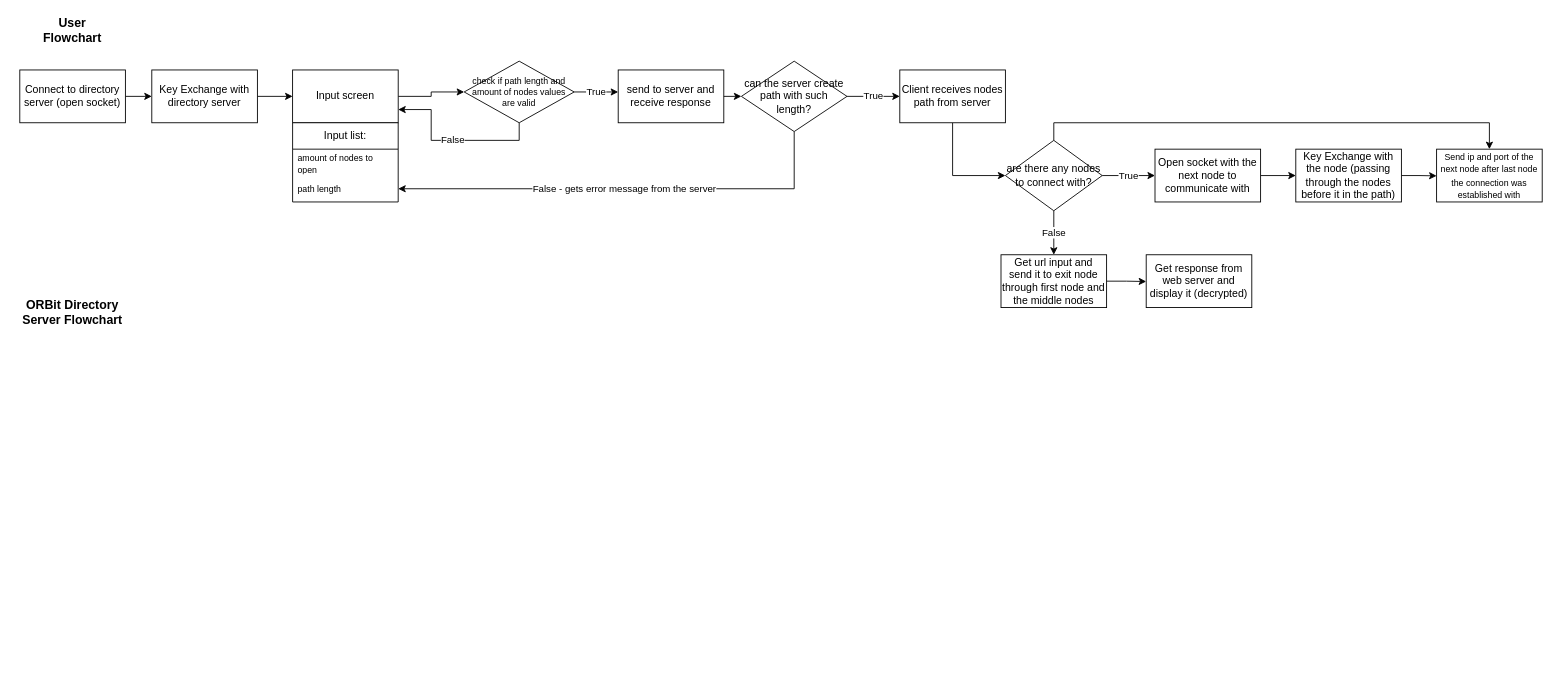
Earlier version of the draw.io diagram ORBit Flowchart.drawio (LiamForReal/orbit). Source tidied: cells renumbered, new cells numbered last; positions are measured from the earlier drawing's top-left corner, leaving out a move shared by most shapes. Both pictures are drawn from the tidied source at 88%, with x=0, y=0 at pixel (15, 17).
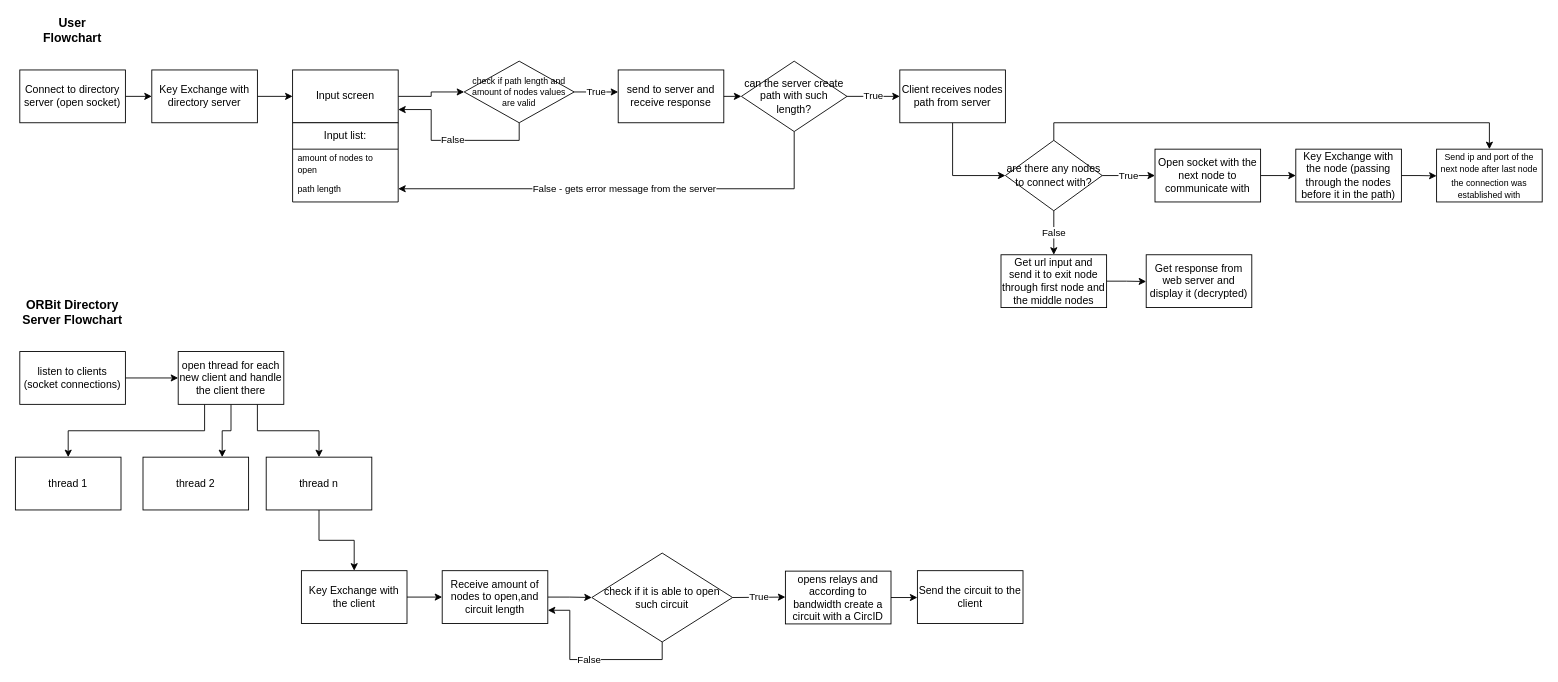
Above is the later version.

What changed in the source:
```diff
@@
+    <mxCell id="35" style="edgeStyle=orthogonalEdgeStyle;rounded=0;jettySize=auto;html=1;exitX=1;exitY=0.5;exitDx=0;exitDy=0;entryX=0;entryY=0.5;entryDx=0;entryDy=0;" parent="1" edge="1" source="36" target="40">
+      <mxGeometry relative="1" as="geometry" />
+    </mxCell>
+    <mxCell id="36" value="listen to clients (socket connections)" style="rounded=0;whiteSpace=wrap;html=1;" parent="1" vertex="1">
+      <mxGeometry x="5" y="380" width="120" height="60" as="geometry" />
+    </mxCell>
+    <mxCell id="37" style="edgeStyle=orthogonalEdgeStyle;rounded=0;jettySize=auto;html=1;exitX=0.25;exitY=1;exitDx=0;exitDy=0;entryX=0.5;entryY=0;entryDx=0;entryDy=0;" parent="1" edge="1" source="40" target="41">
+      <mxGeometry relative="1" as="geometry" />
+    </mxCell>
+    <mxCell id="38" style="edgeStyle=orthogonalEdgeStyle;rounded=0;jettySize=auto;html=1;exitX=0.5;exitY=1;exitDx=0;exitDy=0;entryX=0.75;entryY=0;entryDx=0;entryDy=0;" parent="1" edge="1" source="40" target="42">
+      <mxGeometry relative="1" as="geometry" />
+    </mxCell>
+    <mxCell id="39" style="edgeStyle=orthogonalEdgeStyle;rounded=0;jettySize=auto;html=1;exitX=0.75;exitY=1;exitDx=0;exitDy=0;entryX=0.5;entryY=0;entryDx=0;entryDy=0;" parent="1" edge="1" source="40" target="44">
+      <mxGeometry relative="1" as="geometry" />
+    </mxCell>
+    <mxCell id="40" value="open thread for each new client and handle the client there" style="rounded=0;whiteSpace=wrap;html=1;" parent="1" vertex="1">
+      <mxGeometry x="185" y="380" width="120" height="60" as="geometry" />
+    </mxCell>
+    <mxCell id="41" value="thread 1" style="rounded=0;whiteSpace=wrap;html=1;" parent="1" vertex="1">
+      <mxGeometry y="500" width="120" height="60" as="geometry" />
+    </mxCell>
+    <mxCell id="42" value="thread 2" style="rounded=0;whiteSpace=wrap;html=1;" parent="1" vertex="1">
+      <mxGeometry x="145" y="500" width="120" height="60" as="geometry" />
+    </mxCell>
+    <mxCell id="43" style="edgeStyle=orthogonalEdgeStyle;rounded=0;jettySize=auto;html=1;exitX=0.5;exitY=1;exitDx=0;exitDy=0;entryX=0.5;entryY=0;entryDx=0;entryDy=0;" parent="1" edge="1" source="44" target="46">
+      <mxGeometry relative="1" as="geometry" />
+    </mxCell>
+    <mxCell id="44" value="thread n" style="rounded=0;whiteSpace=wrap;html=1;" parent="1" vertex="1">
+      <mxGeometry x="285" y="500" width="120" height="60" as="geometry" />
+    </mxCell>
+    <mxCell id="45" style="edgeStyle=orthogonalEdgeStyle;rounded=0;jettySize=auto;html=1;exitX=1;exitY=0.5;exitDx=0;exitDy=0;entryX=0;entryY=0.5;entryDx=0;entryDy=0;" parent="1" edge="1" source="46" target="48">
+      <mxGeometry relative="1" as="geometry" />
+    </mxCell>
+    <mxCell id="46" value="Key Exchange with the client" style="rounded=0;whiteSpace=wrap;html=1;" parent="1" vertex="1">
+      <mxGeometry x="325" y="629" width="120" height="60" as="geometry" />
+    </mxCell>
+    <mxCell id="47" style="edgeStyle=orthogonalEdgeStyle;rounded=0;jettySize=auto;html=1;exitX=1;exitY=0.5;exitDx=0;exitDy=0;entryX=0;entryY=0.5;entryDx=0;entryDy=0;" parent="1" edge="1" source="48" target="51">
+      <mxGeometry relative="1" as="geometry" />
+    </mxCell>
+    <mxCell id="48" value="Receive amount of nodes to open,and circuit length" style="rounded=0;whiteSpace=wrap;html=1;" parent="1" vertex="1">
+      <mxGeometry x="485" y="629" width="120" height="60" as="geometry" />
+    </mxCell>
+    <mxCell id="49" value="False" style="edgeStyle=orthogonalEdgeStyle;rounded=0;jettySize=auto;html=1;exitX=0.5;exitY=1;exitDx=0;exitDy=0;entryX=1;entryY=0.75;entryDx=0;entryDy=0;" parent="1" edge="1" source="51" target="48">
+      <mxGeometry relative="1" as="geometry" />
+    </mxCell>
+    <mxCell id="50" value="True" style="edgeStyle=orthogonalEdgeStyle;rounded=0;jettySize=auto;html=1;exitX=1;exitY=0.5;exitDx=0;exitDy=0;" parent="1" edge="1" source="51">
+      <mxGeometry relative="1" as="geometry">
+        <mxPoint x="875" y="659" as="targetPoint" />
+      </mxGeometry>
+    </mxCell>
+    <mxCell id="51" value="check if it is able to open such circuit" style="rhombus;whiteSpace=wrap;html=1;" parent="1" vertex="1">
+      <mxGeometry x="655" y="609" width="160" height="101" as="geometry" />
+    </mxCell>
+    <mxCell id="52" style="edgeStyle=orthogonalEdgeStyle;rounded=0;jettySize=auto;html=1;exitX=1;exitY=0.5;exitDx=0;exitDy=0;entryX=0;entryY=0.5;entryDx=0;entryDy=0;" parent="1" edge="1" source="53" target="54">
+      <mxGeometry relative="1" as="geometry" />
+    </mxCell>
+    <mxCell id="53" value="opens relays and according to bandwidth create a circuit with a CircID" style="rounded=0;whiteSpace=wrap;html=1;" parent="1" vertex="1">
+      <mxGeometry x="875" y="629.5" width="120" height="60" as="geometry" />
+    </mxCell>
+    <mxCell id="54" value="Send the circuit to the client" style="rounded=0;whiteSpace=wrap;html=1;" parent="1" vertex="1">
+      <mxGeometry x="1025" y="629" width="120" height="60" as="geometry" />
+    </mxCell>
```
